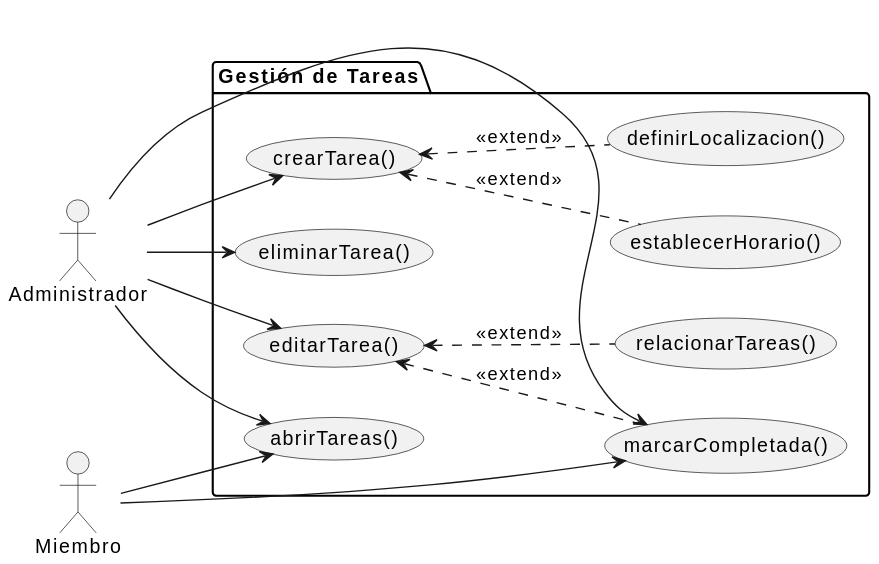
Above: documents/actoresYCasosDeUso/diagramas/diagramaGestionTareas/diagramaGestionTareas.svg in inigovaqueroo04/25-26-IdSw1-SdR (PlantUML), before the change.
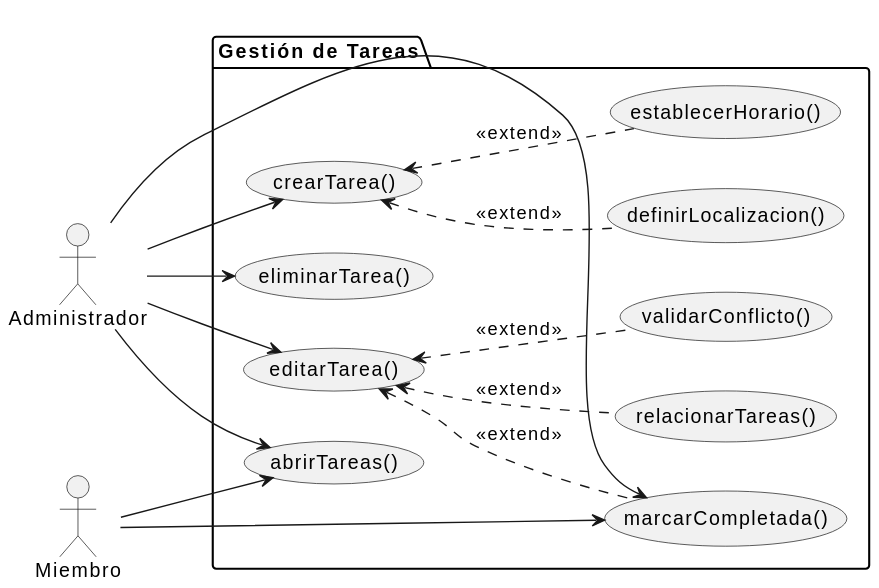
Later version of the same file.

Commit message:
Diagrama de contexto admin actualizado + extend de validarConflicto. #30 #31

Diff of the diagram source:
```diff
@@ -1,28 +1,33 @@
 @startuml
 left to right direction
+
 actor "Administrador" as Admin
 actor "Miembro" as Miem
 
-    package "Gestión de Tareas" {
-        usecase "crearTarea()" as UC1
-        usecase "editarTarea()" as UC2
-        usecase "eliminarTarea()" as UC3
-        usecase "marcarCompletada()" as UC4
-        usecase "relacionarTareas()" as UC5
-        usecase "establecerHorario()" as UC6
-        usecase "definirLocalizacion()" as UC7
-        usecase "abrirTareas()" as UC8
-    }
+package "Gestión de Tareas" {
+    usecase "crearTarea()" as UC1
+    usecase "editarTarea()" as UC2
+    usecase "eliminarTarea()" as UC3
+    usecase "marcarCompletada()" as UC4
+    usecase "relacionarTareas()" as UC5
+    usecase "establecerHorario()" as UC6
+    usecase "definirLocalizacion()" as UC7
+    usecase "abrirTareas()" as UC8
+    usecase "validarConflicto()" as UC9
+}
 
-    Admin --> UC1
-    Admin --> UC3
-    Admin --> UC4
-    Admin --> UC8
-    Admin -left-> UC2
-    Miem --> UC8
-    Miem --> UC4
-    UC2 <.. UC5 : <<extend>>
-    UC2 <.. UC4 : <<extend>>
-    UC1 <.. UC6 : <<extend>>
-    UC1 <.. UC7 : <<extend>>
+Admin --> UC1
+Admin --> UC3
+Admin --> UC4
+Admin --> UC8
+Admin -left-> UC2
+
+Miem --> UC8
+Miem --> UC4
+
+UC2 <.. UC5 : <<extend>>
+UC2 <.. UC4 : <<extend>>
+UC2 <.. UC9 : <<extend>>
+UC1 <.. UC6 : <<extend>>
+UC1 <.. UC7 : <<extend>>
 @enduml
```
